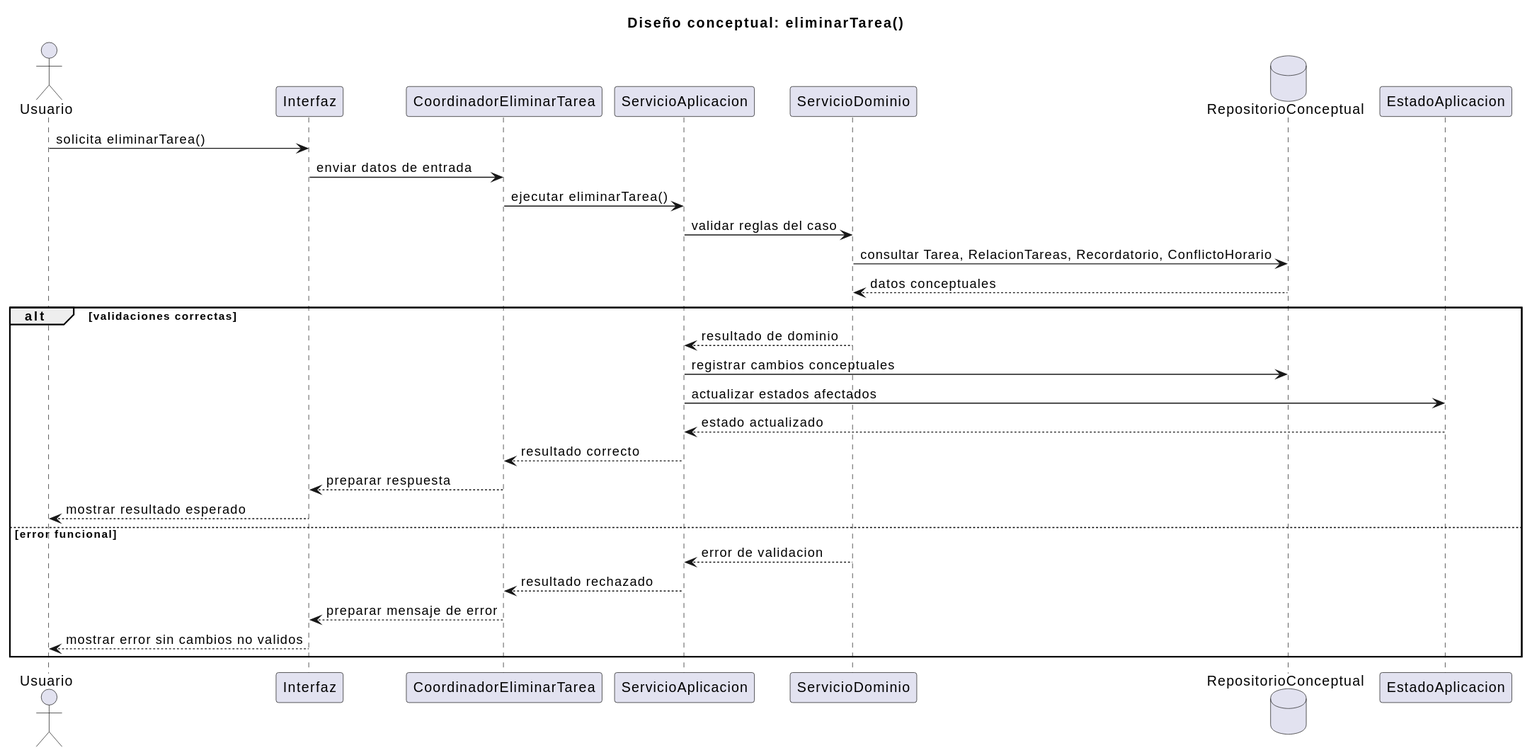
The PlantUML diagram documents/RUP/02-diseño/casos-uso/gestion-tareas/eliminarTarea/secuencia.svg in inigovaqueroo04/25-26-idsw2-sdVC, before a commit.
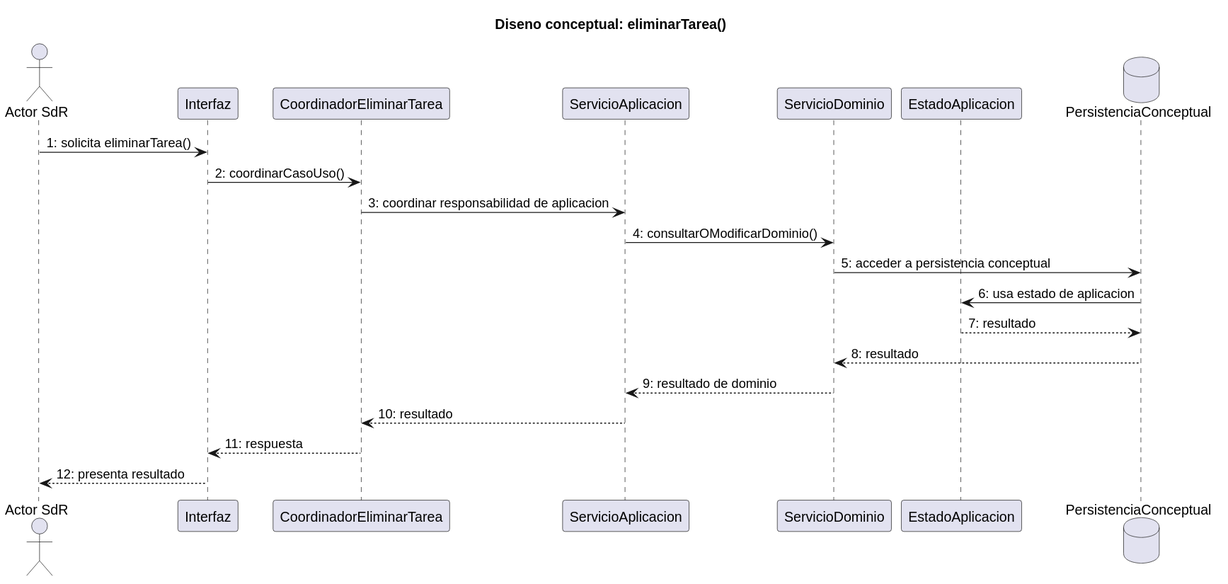
The same diagram one commit later.

Commit message:
docs: ajustar diseno de eliminar tarea

Diff of the diagram source:
```diff
@@ -1,33 +1,24 @@
 @startuml
-title Diseño conceptual: eliminarTarea()
+title Diseno conceptual: eliminarTarea()
 
-actor "Usuario" as Usuario
+actor "Actor SdR" as Actor
 participant "Interfaz" as Interfaz
 participant "CoordinadorEliminarTarea" as Coordinador
 participant "ServicioAplicacion" as ServicioAplicacion
 participant "ServicioDominio" as ServicioDominio
-database "RepositorioConceptual" as Repositorio
 participant "EstadoAplicacion" as EstadoAplicacion
+database "PersistenciaConceptual" as Persistencia
 
-Usuario -> Interfaz : solicita eliminarTarea()
-Interfaz -> Coordinador : enviar datos de entrada
-Coordinador -> ServicioAplicacion : ejecutar eliminarTarea()
-ServicioAplicacion -> ServicioDominio : validar reglas del caso
-ServicioDominio -> Repositorio : consultar Tarea, RelacionTareas, Recordatorio, ConflictoHorario
-Repositorio --> ServicioDominio : datos conceptuales
-
-alt validaciones correctas
-  ServicioDominio --> ServicioAplicacion : resultado de dominio
-  ServicioAplicacion -> Repositorio : registrar cambios conceptuales
-  ServicioAplicacion -> EstadoAplicacion : actualizar estados afectados
-  EstadoAplicacion --> ServicioAplicacion : estado actualizado
-  ServicioAplicacion --> Coordinador : resultado correcto
-  Coordinador --> Interfaz : preparar respuesta
-  Interfaz --> Usuario : mostrar resultado esperado
-else error funcional
-  ServicioDominio --> ServicioAplicacion : error de validacion
-  ServicioAplicacion --> Coordinador : resultado rechazado
-  Coordinador --> Interfaz : preparar mensaje de error
-  Interfaz --> Usuario : mostrar error sin cambios no validos
-end
+Actor -> Interfaz : 1: solicita eliminarTarea()
+Interfaz -> Coordinador : 2: coordinarCasoUso()
+Coordinador -> ServicioAplicacion : 3: coordinar responsabilidad de aplicacion
+ServicioAplicacion -> ServicioDominio : 4: consultarOModificarDominio()
+ServicioDominio -> Persistencia : 5: acceder a persistencia conceptual
+Persistencia -> EstadoAplicacion : 6: usa estado de aplicacion
+EstadoAplicacion --> Persistencia : 7: resultado
+Persistencia --> ServicioDominio : 8: resultado
+ServicioDominio --> ServicioAplicacion : 9: resultado de dominio
+ServicioAplicacion --> Coordinador : 10: resultado
+Coordinador --> Interfaz : 11: respuesta
+Interfaz --> Actor : 12: presenta resultado
 @enduml
```
